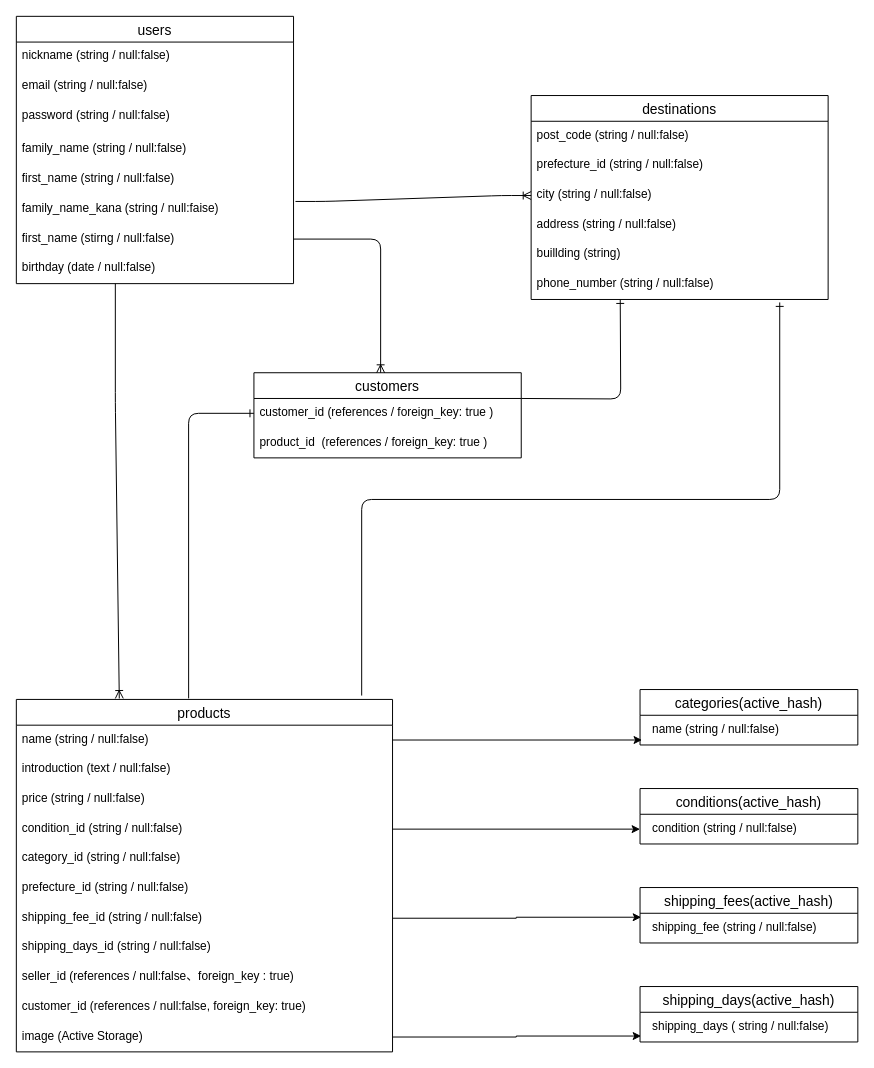
The draw.io diagram test.dio in akiko777/furima-30986, before the edit. Source tidied: cells renumbered, new cells numbered last; positions are measured from the earlier drawing's top-left corner, leaving out a move shared by most shapes. Both pictures are drawn from the tidied source at 99%, with x=0, y=0 at pixel (16, 16).
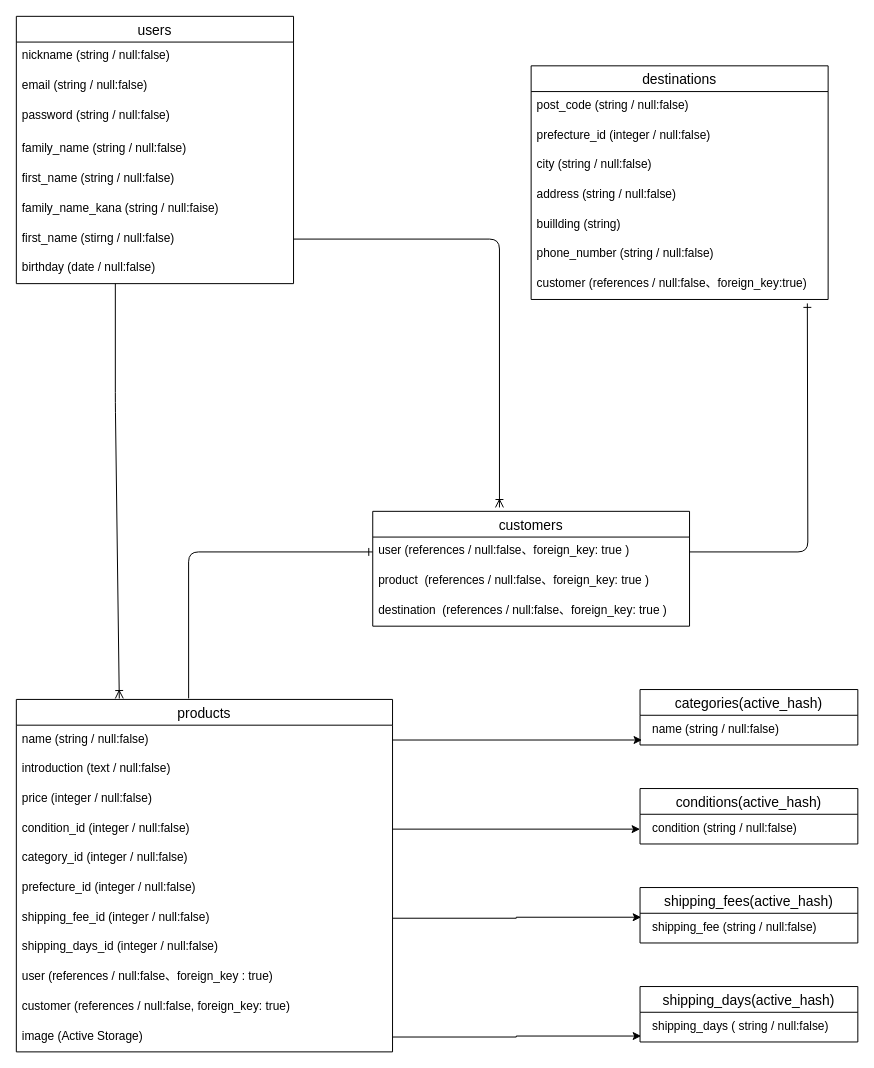
The same page after the edit.

Commit message (it also covers changes not shown here):
データベース設計の修正

The change refers to these unchanged cells:
```xml
<mxCell id="8" value="family_name_kana (string / null:faise)" style="text;strokeColor=none;fillColor=none;spacingLeft=4;spacingRight=4;overflow=hidden;points=[[0,0.5],[1,0.5]];portConstraint=eastwest;fontSize=12;" parent="2" vertex="1">
  <mxGeometry y="180" width="280" height="30" as="geometry" />
</mxCell>
<mxCell id="9" value="first_name (stirng / null:false)" style="text;strokeColor=none;fillColor=none;spacingLeft=4;spacingRight=4;overflow=hidden;points=[[0,0.5],[1,0.5]];portConstraint=eastwest;fontSize=12;" parent="2" vertex="1">
  <mxGeometry y="210" width="280" height="30" as="geometry" />
</mxCell>
<mxCell id="11" value="products" style="swimlane;fontStyle=0;horizontal=1;startSize=26;align=center;fontSize=14;" parent="1" vertex="1">
  <mxGeometry y="690" width="380" height="356" as="geometry" />
</mxCell>
<mxCell id="26" value="city (string / null:false)" style="text;strokeColor=none;fillColor=none;spacingLeft=4;spacingRight=4;overflow=hidden;points=[[0,0.5],[1,0.5]];portConstraint=eastwest;fontSize=12;" parent="23" vertex="1">
  <mxGeometry y="86" width="300" height="30" as="geometry" />
</mxCell>
<mxCell id="29" value="phone_number (string / null:false)" style="text;strokeColor=none;fillColor=none;spacingLeft=4;spacingRight=4;overflow=hidden;points=[[0,0.5],[1,0.5]];portConstraint=eastwest;fontSize=12;" parent="23" vertex="1">
  <mxGeometry y="176" width="300" height="30" as="geometry" />
</mxCell>
```

What changed in the source:
```diff
@@
-    <mxCell id="14" value="price (string / null:false)" style="text;strokeColor=none;fillColor=none;spacingLeft=4;spacingRight=4;overflow=hidden;fontSize=12;" parent="11" vertex="1">
+    <mxCell id="14" value="price (integer / null:false)" style="text;strokeColor=none;fillColor=none;spacingLeft=4;spacingRight=4;overflow=hidden;fontSize=12;" parent="11" vertex="1">
       <mxGeometry y="86" width="380" height="30" as="geometry" />
     </mxCell>
-    <mxCell id="15" value="condition_id (string / null:false)" style="text;strokeColor=none;fillColor=none;spacingLeft=4;spacingRight=4;overflow=hidden;points=[[0,0.5],[1,0.5]];portConstraint=eastwest;fontSize=12;" parent="11" vertex="1">
+    <mxCell id="15" value="condition_id (integer / null:false)" style="text;strokeColor=none;fillColor=none;spacingLeft=4;spacingRight=4;overflow=hidden;points=[[0,0.5],[1,0.5]];portConstraint=eastwest;fontSize=12;" parent="11" vertex="1">
       <mxGeometry y="116" width="380" height="30" as="geometry" />
     </mxCell>
-    <mxCell id="16" value="category_id (string / null:false)" style="text;strokeColor=none;fillColor=none;spacingLeft=4;spacingRight=4;overflow=hidden;fontSize=12;" parent="11" vertex="1">
+    <mxCell id="16" value="category_id (integer / null:false)" style="text;strokeColor=none;fillColor=none;spacingLeft=4;spacingRight=4;overflow=hidden;fontSize=12;" parent="11" vertex="1">
       <mxGeometry y="146" width="380" height="30" as="geometry" />
     </mxCell>
-    <mxCell id="17" value="prefecture_id (string / null:false)" style="text;strokeColor=none;fillColor=none;spacingLeft=4;spacingRight=4;overflow=hidden;fontSize=12;" parent="11" vertex="1">
+    <mxCell id="17" value="prefecture_id (integer / null:false)" style="text;strokeColor=none;fillColor=none;spacingLeft=4;spacingRight=4;overflow=hidden;fontSize=12;" parent="11" vertex="1">
       <mxGeometry y="176" width="380" height="30" as="geometry" />
     </mxCell>
-    <mxCell id="18" value="shipping_fee_id (string / null:false)" style="text;strokeColor=none;fillColor=none;spacingLeft=4;spacingRight=4;overflow=hidden;points=[[0,0.5],[1,0.5]];portConstraint=eastwest;fontSize=12;" parent="11" vertex="1">
+    <mxCell id="18" value="shipping_fee_id (integer / null:false)" style="text;strokeColor=none;fillColor=none;spacingLeft=4;spacingRight=4;overflow=hidden;points=[[0,0.5],[1,0.5]];portConstraint=eastwest;fontSize=12;" parent="11" vertex="1">
       <mxGeometry y="206" width="380" height="30" as="geometry" />
     </mxCell>
-    <mxCell id="19" value="shipping_days_id (string / null:false)" style="text;strokeColor=none;fillColor=none;spacingLeft=4;spacingRight=4;overflow=hidden;fontSize=12;" parent="11" vertex="1">
+    <mxCell id="19" value="shipping_days_id (integer / null:false)" style="text;strokeColor=none;fillColor=none;spacingLeft=4;spacingRight=4;overflow=hidden;fontSize=12;" parent="11" vertex="1">
       <mxGeometry y="236" width="380" height="30" as="geometry" />
     </mxCell>
-    <mxCell id="20" value="seller_id (references / null:false、foreign_key : true)" style="text;strokeColor=none;fillColor=none;spacingLeft=4;spacingRight=4;overflow=hidden;fontSize=12;" parent="11" vertex="1">
+    <mxCell id="20" value="user (references / null:false、foreign_key : true)" style="text;strokeColor=none;fillColor=none;spacingLeft=4;spacingRight=4;overflow=hidden;fontSize=12;" parent="11" vertex="1">
       <mxGeometry y="266" width="380" height="30" as="geometry" />
     </mxCell>
-    <mxCell id="21" value="customer_id (references / null:false, foreign_key: true)" style="text;strokeColor=none;fillColor=none;spacingLeft=4;spacingRight=4;overflow=hidden;fontSize=12;" parent="11" vertex="1">
+    <mxCell id="21" value="customer (references / null:false, foreign_key: true)" style="text;strokeColor=none;fillColor=none;spacingLeft=4;spacingRight=4;overflow=hidden;fontSize=12;" parent="11" vertex="1">
       <mxGeometry y="296" width="380" height="30" as="geometry" />
     </mxCell>
@@
     <mxCell id="23" value="destinations" style="swimlane;fontStyle=0;horizontal=1;startSize=26;align=center;fontSize=14;" parent="1" vertex="1">
-      <mxGeometry x="520" y="80" width="300" height="206" as="geometry" />
+      <mxGeometry x="520" y="50" width="300" height="236" as="geometry" />
     </mxCell>
@@
-    <mxCell id="25" value="prefecture_id (string / null:false)" style="text;strokeColor=none;fillColor=none;spacingLeft=4;spacingRight=4;overflow=hidden;fontSize=12;" parent="23" vertex="1">
+    <mxCell id="25" value="prefecture_id (integer / null:false)" style="text;strokeColor=none;fillColor=none;spacingLeft=4;spacingRight=4;overflow=hidden;fontSize=12;" parent="23" vertex="1">
       <mxGeometry y="56" width="300" height="30" as="geometry" />
     </mxCell>
@@
+    <mxCell id="51" value="customer (references / null:false、foreign_key:true)" style="text;strokeColor=none;fillColor=none;spacingLeft=4;spacingRight=4;overflow=hidden;fontSize=12;" parent="23" vertex="1">
+      <mxGeometry y="206" width="300" height="30" as="geometry" />
+    </mxCell>
     <mxCell id="30" value="customers" style="swimlane;fontStyle=0;horizontal=1;startSize=26;align=center;fontSize=14;" parent="1" vertex="1">
-      <mxGeometry x="240" y="360" width="270" height="86" as="geometry" />
+      <mxGeometry x="360" y="500" width="320" height="116" as="geometry" />
     </mxCell>
-    <mxCell id="31" value="customer_id (references / foreign_key: true )" style="text;strokeColor=none;fillColor=none;spacingLeft=4;spacingRight=4;overflow=hidden;points=[[0,0.5],[1,0.5]];portConstraint=eastwest;fontSize=12;" parent="30" vertex="1">
-      <mxGeometry y="26" width="270" height="30" as="geometry" />
+    <mxCell id="31" value="user (references / null:false、foreign_key: true )" style="text;strokeColor=none;fillColor=none;spacingLeft=4;spacingRight=4;overflow=hidden;points=[[0,0.5],[1,0.5]];portConstraint=eastwest;fontSize=12;" parent="30" vertex="1">
+      <mxGeometry y="26" width="320" height="30" as="geometry" />
     </mxCell>
+    <mxCell id="52" value="product  (references / null:false、foreign_key: true )" style="text;strokeColor=none;fillColor=none;spacingLeft=4;spacingRight=4;overflow=hidden;fontSize=12;" parent="30" vertex="1">
+      <mxGeometry y="56" width="320" height="30" as="geometry" />
+    </mxCell>
-    <mxCell id="32" value="product_id  (references / foreign_key: true )" style="text;strokeColor=none;fillColor=none;spacingLeft=4;spacingRight=4;overflow=hidden;fontSize=12;" parent="30" vertex="1">
-      <mxGeometry y="56" width="270" height="30" as="geometry" />
+    <mxCell id="32" value="destination  (references / null:false、foreign_key: true )" style="text;strokeColor=none;fillColor=none;spacingLeft=4;spacingRight=4;overflow=hidden;fontSize=12;" parent="30" vertex="1">
+      <mxGeometry y="86" width="320" height="30" as="geometry" />
     </mxCell>
@@
-    <mxCell id="46" style="edgeStyle=entityRelationEdgeStyle;fontSize=12;html=1;endArrow=ERoneToMany;entryX=0;entryY=0.5;entryDx=0;entryDy=0;exitX=1.007;exitY=0.233;exitDx=0;exitDy=0;exitPerimeter=0;" parent="1" edge="1" source="8" target="26">
-      <mxGeometry relative="1" as="geometry" />
-    </mxCell>
@@
-    <mxCell id="48" style="edgeStyle=orthogonalEdgeStyle;fontSize=12;html=1;endArrow=ERoneToMany;exitX=1;exitY=0.5;exitDx=0;exitDy=0;entryX=0.474;entryY=0;entryDx=0;entryDy=0;entryPerimeter=0;" parent="1" edge="1" source="9" target="30">
-      <mxGeometry relative="1" as="geometry" />
+    <mxCell id="48" style="edgeStyle=orthogonalEdgeStyle;fontSize=12;html=1;endArrow=ERoneToMany;exitX=1;exitY=0.5;exitDx=0;exitDy=0;entryX=0.4;entryY=-0.034;entryDx=0;entryDy=0;entryPerimeter=0;" parent="1" edge="1" source="9" target="30">
+      <mxGeometry relative="1" as="geometry">
+        <Array as="points">
+          <mxPoint x="488" y="225" />
+        </Array>
+      </mxGeometry>
     </mxCell>
-    <mxCell id="49" style="edgeStyle=orthogonalEdgeStyle;fontSize=12;html=1;endArrow=ERone;endFill=1;" parent="1" edge="1">
+    <mxCell id="49" style="edgeStyle=orthogonalEdgeStyle;fontSize=12;html=1;endArrow=ERone;endFill=1;exitX=1;exitY=0.5;exitDx=0;exitDy=0;" parent="1" edge="1" source="31">
       <mxGeometry relative="1" as="geometry">
-        <mxPoint x="510" y="386" as="sourcePoint" />
-        <mxPoint x="610" y="286" as="targetPoint" />
+        <mxPoint x="799" y="290" as="targetPoint" />
       </mxGeometry>
     </mxCell>
-    <mxCell id="50" style="fontSize=12;html=1;endArrow=ERone;endFill=1;exitX=0.918;exitY=-0.011;exitDx=0;exitDy=0;edgeStyle=elbowEdgeStyle;elbow=vertical;exitPerimeter=0;entryX=0.837;entryY=1.1;entryDx=0;entryDy=0;entryPerimeter=0;" parent="1" edge="1" source="11" target="29">
-      <mxGeometry relative="1" as="geometry" />
-    </mxCell>
```
